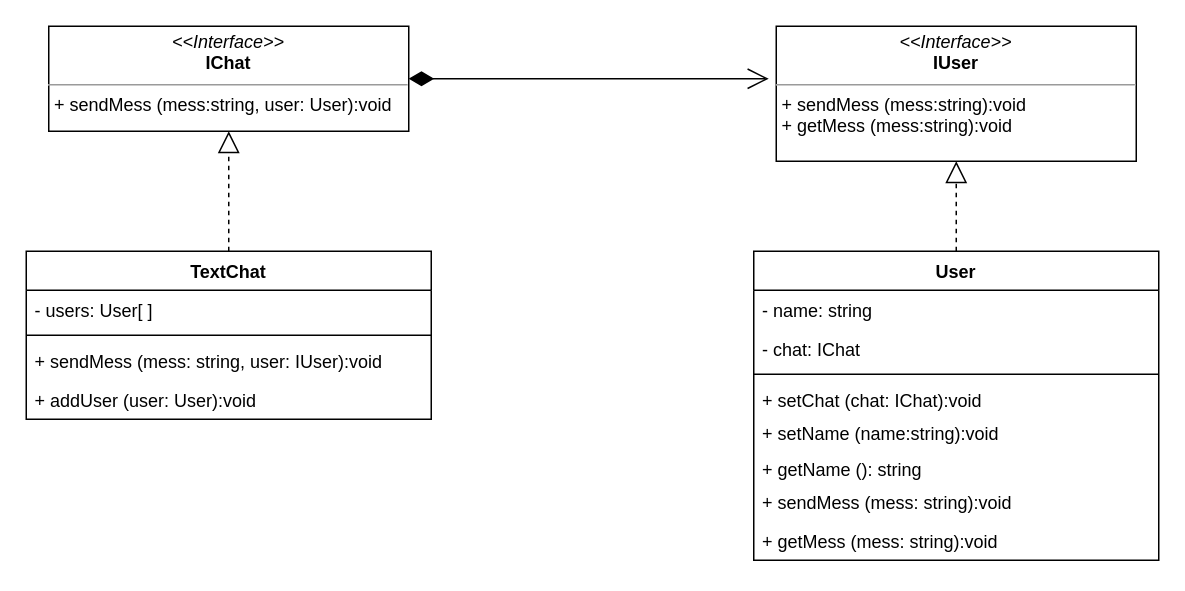
This is PATTERNS/Behavioral/4-Mediator/src/Mediator.drawio from MTONSEG/ts-learn, a draw.io file, before an edit. Source tidied: cells renumbered, new cells numbered last; positions are measured from the earlier drawing's top-left corner, leaving out a move shared by most shapes. Both pictures are drawn from the tidied source at 150%, with x=0, y=0 at pixel (26, 26).
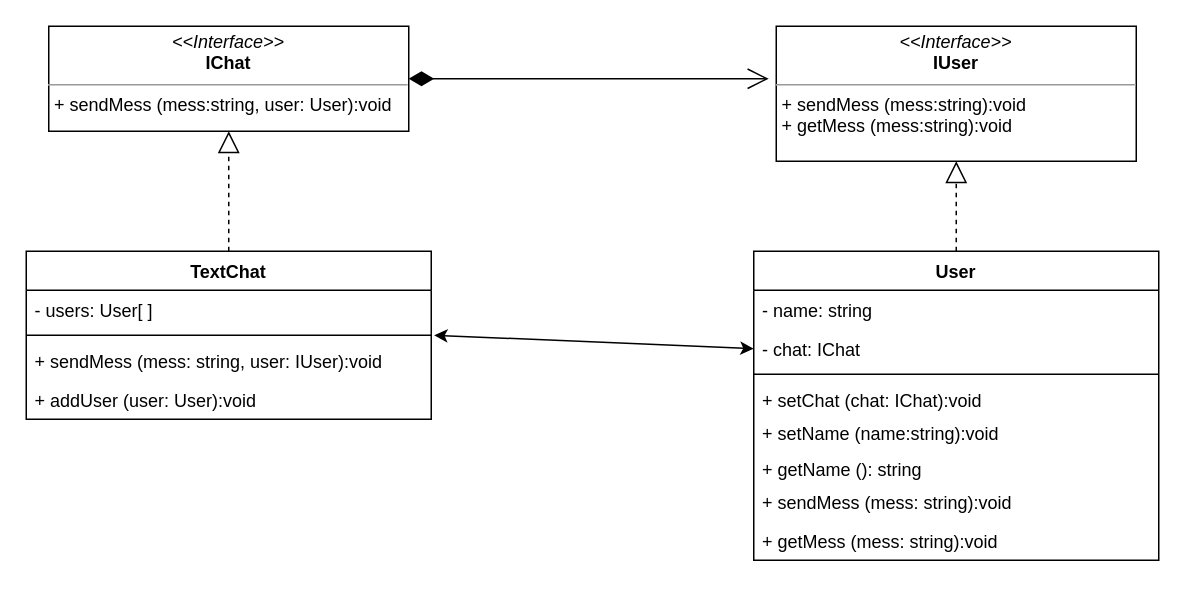
After the change.

Unchanged cells that the change refers to:
```xml
<mxCell id="6" value="- chat: IChat" style="text;strokeColor=none;fillColor=none;align=left;verticalAlign=top;spacingLeft=4;spacingRight=4;overflow=hidden;points=[[0,0.5],[1,0.5]];portConstraint=eastwest;" parent="4" vertex="1">
  <mxGeometry y="52" width="270" height="26" as="geometry" />
</mxCell>
<mxCell id="16" value="+ sendMess (mess: string, user: IUser):void" style="text;strokeColor=none;fillColor=none;align=left;verticalAlign=top;spacingLeft=4;spacingRight=4;overflow=hidden;points=[[0,0.5],[1,0.5]];portConstraint=eastwest;" parent="13" vertex="1">
  <mxGeometry y="60" width="270" height="26" as="geometry" />
</mxCell>
```

What changed in the source:
```diff
@@
+    <mxCell id="21" style="endArrow=classic;startArrow=classic;html=1;entryX=0;entryY=0.5;entryDx=0;entryDy=0;exitX=1.007;exitY=-0.154;exitDx=0;exitDy=0;exitPerimeter=0;" parent="1" edge="1" source="16" target="6">
+      <mxGeometry relative="1" as="geometry" />
+    </mxCell>
```
